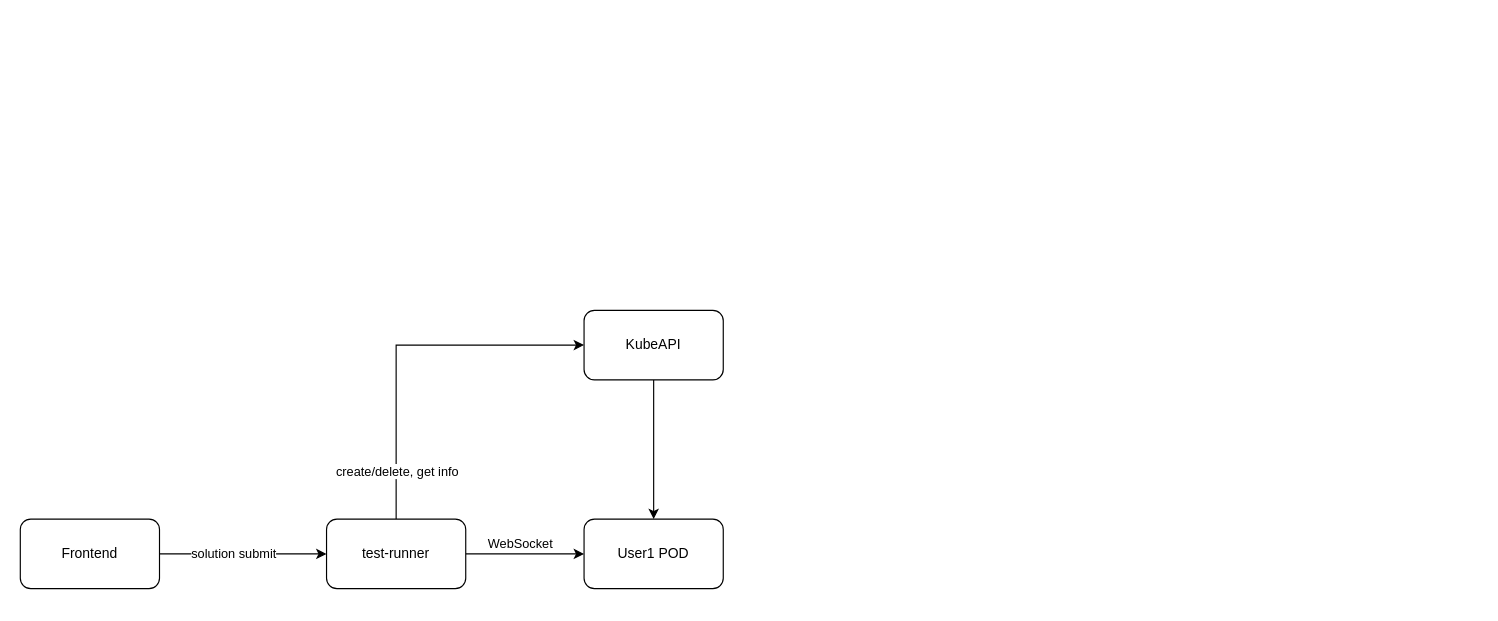
Before: docs/6k/test-runner.drawio in kemper0110/supreme-code, a draw.io diagram. Source tidied: cells renumbered, new cells numbered last; positions are measured from the earlier drawing's top-left corner, leaving out a move shared by most shapes. Both pictures are drawn from the tidied source at 116%, with x=0, y=0 at pixel (20, 310).
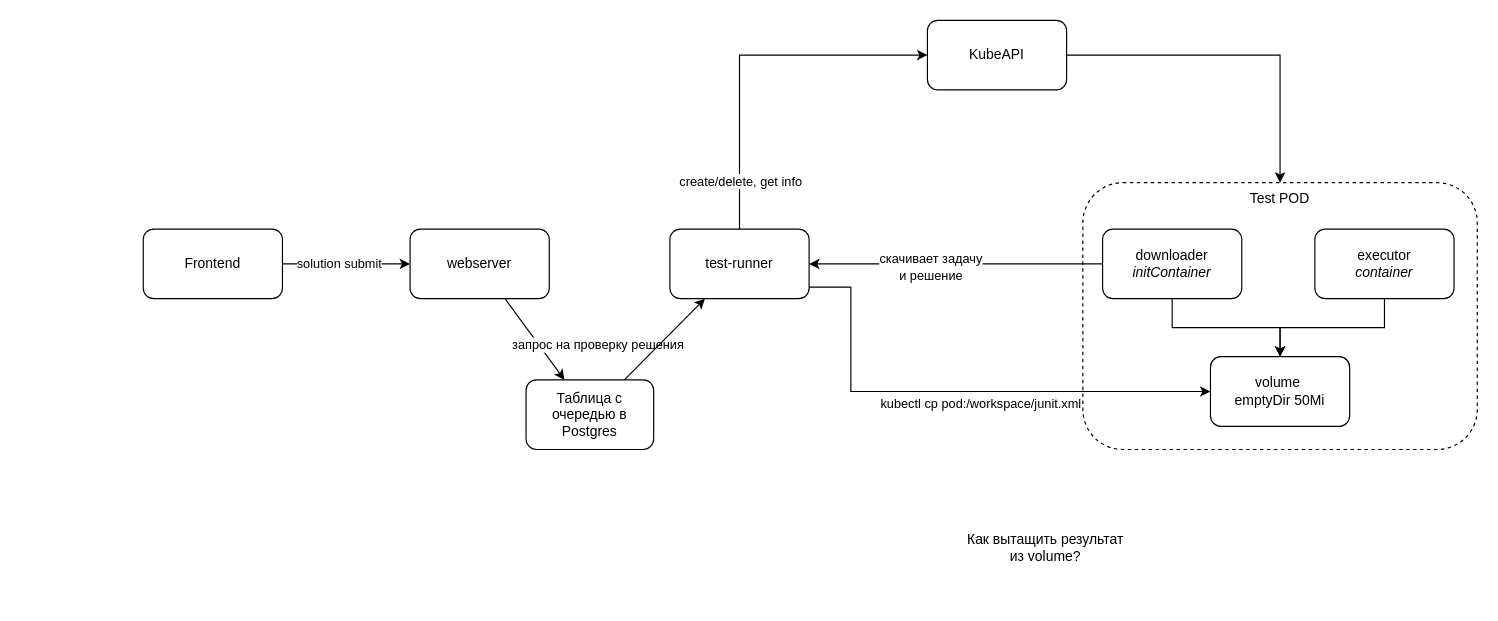
The same page after the edit.

What changed in the source:
```diff
@@
-    <mxCell id="2" style="rounded=0;jettySize=auto;html=1;" parent="1" edge="1" source="4" target="9">
+    <mxCell id="2" style="rounded=0;jettySize=auto;html=1;" parent="1" edge="1" source="4" target="17">
       <mxGeometry relative="1" as="geometry" />
     </mxCell>
@@
     <mxCell id="4" value="Frontend" style="rounded=1;whiteSpace=wrap;html=1;" parent="1" vertex="1">
-      <mxGeometry y="180" width="120" height="60" as="geometry" />
+      <mxGeometry x="106" y="-70" width="120" height="60" as="geometry" />
     </mxCell>
-    <mxCell id="5" style="rounded=0;jettySize=auto;html=1;" parent="1" edge="1" source="9" target="10">
-      <mxGeometry relative="1" as="geometry" />
-    </mxCell>
-    <mxCell id="6" value="WebSocket" style="edgeLabel;html=1;align=center;verticalAlign=middle;" parent="5" vertex="1">
-      <mxGeometry x="-0.09" relative="1" as="geometry">
-        <mxPoint y="-10" as="offset" />
-      </mxGeometry>
-    </mxCell>
@@
+    <mxCell id="13" style="edgeStyle=orthogonalEdgeStyle;rounded=0;jettySize=auto;html=1;entryX=0;entryY=0.5;entryDx=0;entryDy=0;" parent="1" edge="1" source="9" target="26">
+      <mxGeometry relative="1" as="geometry">
+        <Array as="points">
+          <mxPoint x="716" y="-20" />
+          <mxPoint x="716" y="70" />
+        </Array>
+      </mxGeometry>
+    </mxCell>
+    <mxCell id="14" value="kubectl &lt;span class=&quot;ͼs&quot;&gt;cp&lt;/span&gt; pod:/workspace/junit.xml" style="edgeLabel;html=1;align=center;verticalAlign=middle;" parent="13" vertex="1">
+      <mxGeometry x="-0.08" y="-2" relative="1" as="geometry">
+        <mxPoint x="36" y="8" as="offset" />
+      </mxGeometry>
+    </mxCell>
     <mxCell id="9" value="test-runner" style="rounded=1;whiteSpace=wrap;html=1;" parent="1" vertex="1">
-      <mxGeometry x="264" y="180" width="120" height="60" as="geometry" />
+      <mxGeometry x="560" y="-70" width="120" height="60" as="geometry" />
     </mxCell>
-    <mxCell id="10" value="User1 POD" style="rounded=1;whiteSpace=wrap;html=1;" parent="1" vertex="1">
-      <mxGeometry x="486" y="180" width="120" height="60" as="geometry" />
+    <mxCell id="10" value="Test POD" style="rounded=1;whiteSpace=wrap;html=1;dashed=1;fillColor=none;verticalAlign=top;" parent="1" vertex="1">
+      <mxGeometry x="916" y="-110" width="340" height="230" as="geometry" />
     </mxCell>
@@
     <mxCell id="12" value="KubeAPI" style="rounded=1;whiteSpace=wrap;html=1;" parent="1" vertex="1">
-      <mxGeometry x="486" width="120" height="60" as="geometry" />
+      <mxGeometry x="782" y="-250" width="120" height="60" as="geometry" />
     </mxCell>
+    <mxCell id="15" style="rounded=0;jettySize=auto;html=1;" parent="1" edge="1" source="17" target="19">
+      <mxGeometry relative="1" as="geometry" />
+    </mxCell>
+    <mxCell id="16" value="запрос на проверку решения" style="edgeLabel;html=1;align=center;verticalAlign=middle;" parent="15" vertex="1">
+      <mxGeometry x="-0.07" y="3" relative="1" as="geometry">
+        <mxPoint x="54" y="9" as="offset" />
+      </mxGeometry>
+    </mxCell>
+    <mxCell id="17" value="webserver" style="rounded=1;whiteSpace=wrap;html=1;" parent="1" vertex="1">
+      <mxGeometry x="336" y="-70" width="120" height="60" as="geometry" />
+    </mxCell>
+    <mxCell id="18" style="rounded=0;jettySize=auto;html=1;" parent="1" edge="1" source="19" target="9">
+      <mxGeometry relative="1" as="geometry" />
+    </mxCell>
+    <mxCell id="19" value="Таблица с очередью в&lt;br&gt;Postgres" style="rounded=1;whiteSpace=wrap;html=1;" parent="1" vertex="1">
+      <mxGeometry x="436" y="60" width="110" height="60" as="geometry" />
+    </mxCell>
+    <mxCell id="20" style="edgeStyle=orthogonalEdgeStyle;rounded=0;jettySize=auto;html=1;entryX=1;entryY=0.5;entryDx=0;entryDy=0;" parent="1" edge="1" source="23" target="9">
+      <mxGeometry relative="1" as="geometry" />
+    </mxCell>
+    <mxCell id="21" value="скачивает задачу&lt;div&gt;и решение&lt;/div&gt;" style="edgeLabel;html=1;align=center;verticalAlign=middle;" parent="20" vertex="1">
+      <mxGeometry x="0.18" y="2" relative="1" as="geometry" />
+    </mxCell>
+    <mxCell id="22" style="edgeStyle=orthogonalEdgeStyle;rounded=0;jettySize=auto;html=1;" parent="1" edge="1" source="23" target="26">
+      <mxGeometry relative="1" as="geometry" />
+    </mxCell>
+    <mxCell id="23" value="&lt;div&gt;&lt;span style=&quot;background-color: transparent; color: light-dark(rgb(0, 0, 0), rgb(255, 255, 255));&quot;&gt;downloader&lt;/span&gt;&lt;/div&gt;&lt;div&gt;&lt;i&gt;initContainer&lt;/i&gt;&lt;span style=&quot;background-color: transparent; color: light-dark(rgb(0, 0, 0), rgb(255, 255, 255));&quot;&gt;&lt;/span&gt;&lt;/div&gt;" style="rounded=1;whiteSpace=wrap;html=1;" parent="1" vertex="1">
+      <mxGeometry x="933" y="-70" width="120" height="60" as="geometry" />
+    </mxCell>
+    <mxCell id="24" style="edgeStyle=orthogonalEdgeStyle;rounded=0;jettySize=auto;html=1;" parent="1" edge="1" source="25" target="26">
+      <mxGeometry relative="1" as="geometry" />
+    </mxCell>
+    <mxCell id="25" value="&lt;div&gt;executor&lt;/div&gt;&lt;div&gt;&lt;i&gt;container&lt;/i&gt;&lt;/div&gt;" style="rounded=1;whiteSpace=wrap;html=1;" parent="1" vertex="1">
+      <mxGeometry x="1116" y="-70" width="120" height="60" as="geometry" />
+    </mxCell>
+    <mxCell id="26" value="volume&amp;nbsp;&lt;div&gt;emptyDir 50Mi&lt;/div&gt;" style="rounded=1;whiteSpace=wrap;html=1;" parent="1" vertex="1">
+      <mxGeometry x="1026" y="40" width="120" height="60" as="geometry" />
+    </mxCell>
+    <mxCell id="27" value="Как вытащить результат из volume?" style="text;html=1;whiteSpace=wrap;strokeColor=none;fillColor=none;align=center;verticalAlign=middle;rounded=0;" parent="1" vertex="1">
+      <mxGeometry x="812" y="160" width="144" height="90" as="geometry" />
+    </mxCell>
```
